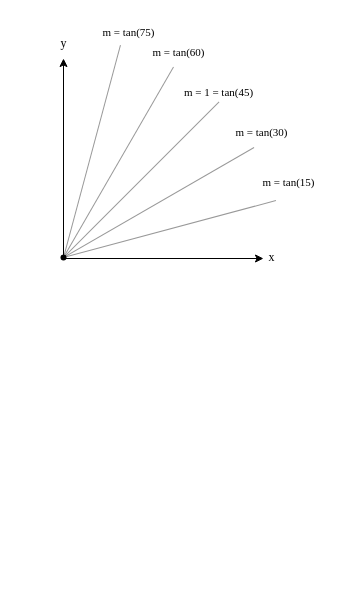
The draw.io diagram Computer_Graphics/Line_Gradient.drawio in annihilateRed0/Diagrams, before the edit. Source tidied: cells renumbered, new cells numbered last; positions are measured from the earlier drawing's top-left corner, leaving out a move shared by most shapes. Both pictures are drawn from the tidied source at 100%, with x=0, y=0 at pixel (-19, 17).
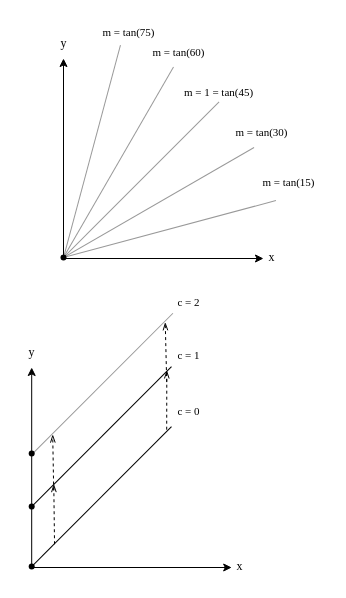
The same diagram, later.

What changed in the source:
```diff
@@
+    <mxCell id="18" style="group;" parent="1" vertex="1">
+      <mxGeometry x="35.2" y="320" width="263" height="244" as="geometry" />
+    </mxCell>
+    <mxCell id="19" style="endArrow=classic;html=1;rounded=0;strokeColor=light-dark(#000000,#FF3333);" parent="18" edge="1">
+      <mxGeometry relative="1" as="geometry">
+        <mxPoint x="15" y="230" as="sourcePoint" />
+        <mxPoint x="15" y="30" as="targetPoint" />
+      </mxGeometry>
+    </mxCell>
+    <mxCell id="20" style="endArrow=classic;html=1;rounded=0;fillColor=#a20025;strokeColor=light-dark(#000000,#3333FF);" parent="18" edge="1">
+      <mxGeometry relative="1" as="geometry">
+        <mxPoint x="15" y="230" as="sourcePoint" />
+        <mxPoint x="215" y="230" as="targetPoint" />
+      </mxGeometry>
+    </mxCell>
+    <mxCell id="21" value="&lt;font style=&quot;color: light-dark(rgb(0, 0, 0), rgb(51, 51, 255));&quot; face=&quot;Times New Roman&quot;&gt;x&lt;/font&gt;" style="text;html=1;align=center;verticalAlign=middle;strokeColor=none;fillColor=none;" parent="18" vertex="1">
+      <mxGeometry x="208" y="214" width="30" height="30" as="geometry" />
+    </mxCell>
+    <mxCell id="22" value="&lt;font style=&quot;color: light-dark(rgb(0, 0, 0), rgb(255, 51, 51));&quot; face=&quot;Times New Roman&quot;&gt;y&lt;/font&gt;" style="text;html=1;align=center;verticalAlign=middle;strokeColor=none;fillColor=none;" parent="18" vertex="1">
+      <mxGeometry width="30" height="30" as="geometry" />
+    </mxCell>
+    <mxCell id="23" style="shape=waypoint;sketch=0;size=6;fillColor=none;perimeter=centerPerimeter;" parent="18" vertex="1">
+      <mxGeometry x="5" y="219" width="20" height="20" as="geometry" />
+    </mxCell>
+    <mxCell id="24" style="verticalLabelPosition=bottom;shadow=0;dashed=0;align=center;html=1;verticalAlign=top;strokeWidth=1;shape=mxgraph.mockup.markup.line;strokeColor=light-dark(#000000,#B3B3B3);rotation=-45;direction=west;" parent="18" vertex="1">
+      <mxGeometry x="-12.5" y="148.5" width="196" height="20" as="geometry" />
+    </mxCell>
+    <mxCell id="25" style="verticalLabelPosition=bottom;shadow=0;dashed=0;align=center;html=1;verticalAlign=top;strokeWidth=1;shape=mxgraph.mockup.markup.line;strokeColor=light-dark(#000000,#B3B3B3);rotation=-45;direction=west;" parent="18" vertex="1">
+      <mxGeometry x="-12.5" y="88.5" width="196" height="20" as="geometry" />
+    </mxCell>
+    <mxCell id="26" style="verticalLabelPosition=bottom;shadow=0;dashed=0;align=center;html=1;verticalAlign=top;strokeWidth=1;shape=mxgraph.mockup.markup.line;strokeColor=light-dark(#999999,#FFFFFF);rotation=-45;direction=west;" parent="18" vertex="1">
+      <mxGeometry x="-11.9" y="35.4" width="197" height="20" as="geometry" />
+    </mxCell>
+    <mxCell id="27" style="shape=waypoint;sketch=0;size=6;fillColor=none;perimeter=centerPerimeter;" parent="18" vertex="1">
+      <mxGeometry x="5" y="159" width="20" height="20" as="geometry" />
+    </mxCell>
+    <mxCell id="28" style="shape=waypoint;sketch=0;size=6;fillColor=none;perimeter=centerPerimeter;" parent="18" vertex="1">
+      <mxGeometry x="5" y="106" width="20" height="20" as="geometry" />
+    </mxCell>
+    <mxCell id="29" style="endArrow=openThin;html=1;rounded=0;exitX=0.494;exitY=0.5;exitDx=0;exitDy=0;exitPerimeter=0;entryX=0.496;entryY=0.472;entryDx=0;entryDy=0;entryPerimeter=0;dashed=1;endFill=0;strokeColor=light-dark(#000000,#B3B3B3);" parent="18" edge="1">
+      <mxGeometry relative="1" as="geometry">
+        <mxPoint x="150" y="92.2" as="sourcePoint" />
+        <mxPoint x="150.1" y="32.9" as="targetPoint" />
+      </mxGeometry>
+    </mxCell>
+    <mxCell id="30" style="endArrow=openThin;html=1;rounded=0;exitX=0.846;exitY=0.48;exitDx=0;exitDy=0;exitPerimeter=0;entryX=0.848;entryY=0.513;entryDx=0;entryDy=0;entryPerimeter=0;dashed=1;endFill=0;strokeColor=light-dark(#000000,#B3B3B3);" parent="18" edge="1" source="24" target="25">
+      <mxGeometry relative="1" as="geometry" />
+    </mxCell>
+    <mxCell id="31" style="endArrow=openThin;html=1;rounded=0;exitX=0.846;exitY=0.48;exitDx=0;exitDy=0;exitPerimeter=0;entryX=0.848;entryY=0.513;entryDx=0;entryDy=0;entryPerimeter=0;dashed=1;endFill=0;strokeColor=light-dark(#000000,#B3B3B3);" parent="18" edge="1">
+      <mxGeometry relative="1" as="geometry">
+        <mxPoint x="37" y="153" as="sourcePoint" />
+        <mxPoint x="36" y="97" as="targetPoint" />
+      </mxGeometry>
+    </mxCell>
+    <mxCell id="32" style="endArrow=openThin;html=1;rounded=0;exitX=0.494;exitY=0.5;exitDx=0;exitDy=0;exitPerimeter=0;entryX=0.06;entryY=0.454;entryDx=0;entryDy=0;entryPerimeter=0;dashed=1;endFill=0;strokeColor=light-dark(#000000,#B3B3B3);" parent="18" edge="1" target="26">
+      <mxGeometry relative="1" as="geometry">
+        <mxPoint x="150" y="44.6" as="sourcePoint" />
+      </mxGeometry>
+    </mxCell>
+    <mxCell id="33" value="&lt;font face=&quot;Times New Roman&quot; style=&quot;color: light-dark(rgb(0, 0, 0), rgb(179, 179, 179));&quot;&gt;c = 1&lt;/font&gt;" style="text;html=1;align=center;verticalAlign=middle;strokeColor=none;fillColor=none;fontSize=11;" parent="18" vertex="1">
+      <mxGeometry x="146.8" y="2.9" width="50" height="30" as="geometry" />
+    </mxCell>
+    <mxCell id="34" value="&lt;font face=&quot;Times New Roman&quot; style=&quot;color: light-dark(rgb(0, 0, 0), rgb(179, 179, 179));&quot;&gt;c = 0&lt;/font&gt;" style="text;html=1;align=center;verticalAlign=middle;strokeColor=none;fillColor=none;fontSize=11;" parent="18" vertex="1">
+      <mxGeometry x="146.8" y="58.5" width="50" height="30" as="geometry" />
+    </mxCell>
@@
+    <mxCell id="35" value="&lt;font face=&quot;Times New Roman&quot;&gt;c = 2&lt;/font&gt;" style="text;html=1;align=center;verticalAlign=middle;strokeColor=none;fillColor=none;fontSize=11;" parent="1" vertex="1">
+      <mxGeometry x="182" y="270" width="50" height="30" as="geometry" />
+    </mxCell>
```
